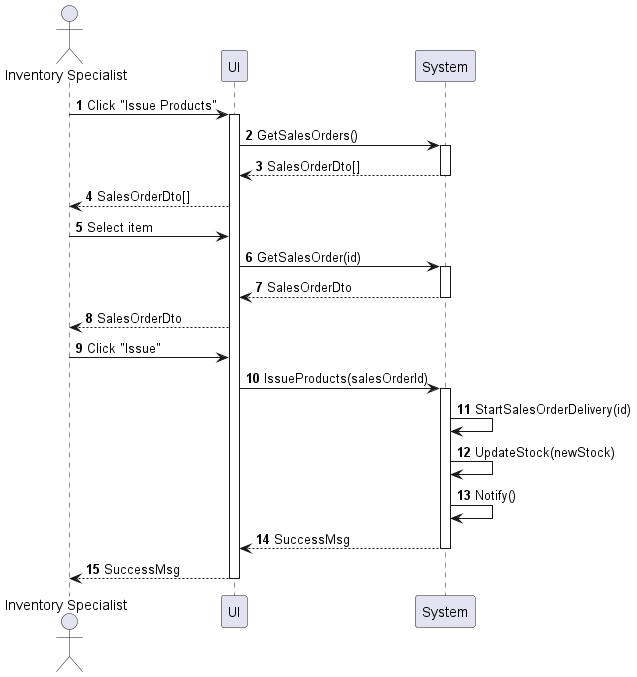
Above: sequences/inventory-product-issue.png in phihungha/scmss-reqs (PlantUML), before the change.
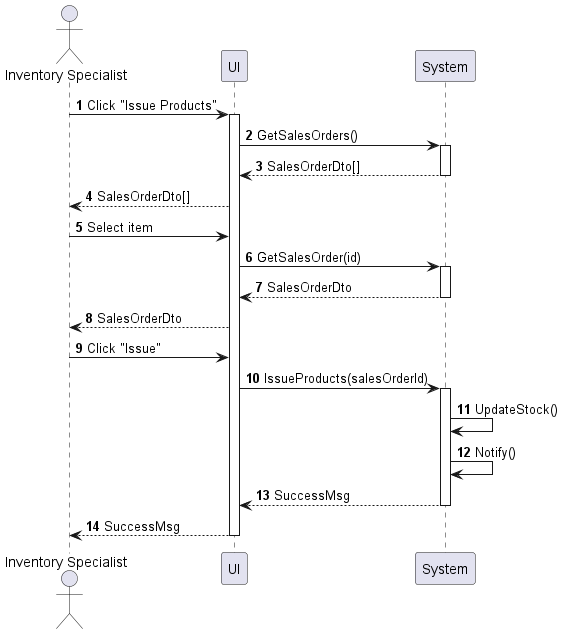
The same file after the commit.

What changed in the source:
```diff
@@ -19,8 +19,7 @@
 a -> f : Click "Issue"
 f -> b : IssueProducts(salesOrderId)
 activate b
-b -> b : StartSalesOrderDelivery(id)
-b -> b : UpdateStock(newStock)
+b -> b : UpdateStock()
 b -> b : Notify()
 return SuccessMsg
 return SuccessMsg
```
